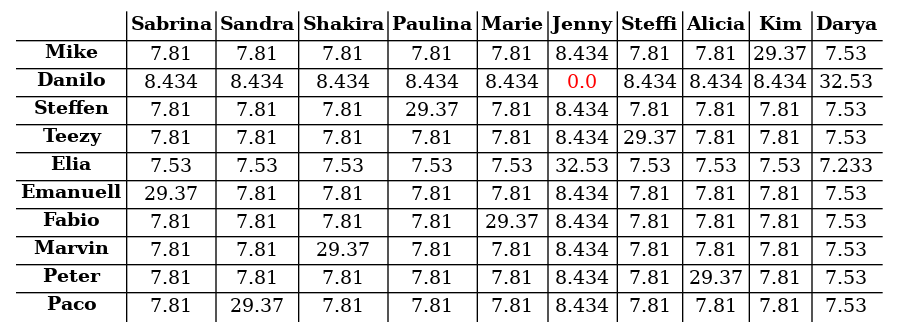
Earlier version of the Graphviz export s03r/s03r_tab.png (atticus-sullivan/sim-ayto). Its source is kept beside it as s03r/s03r_tab.dot. Source of this version:
```dot
digraph structs { node[shape=plaintext] struct[label=<
<table cellspacing="2" border="0" rows="*" columns="*">
<tr>
<td></td>
<td><B>Sabrina</B></td>
<td><B>Sandra</B></td>
<td><B>Shakira</B></td>
<td><B>Paulina</B></td>
<td><B>Marie</B></td>
<td><B>Jenny</B></td>
<td><B>Steffi</B></td>
<td><B>Alicia</B></td>
<td><B>Kim</B></td>
<td><B>Darya</B></td>
</tr>
<tr><td><B>Mike</B></td>
<td><font color="black">7.81</font></td>
<td><font color="black">7.81</font></td>
<td><font color="black">7.81</font></td>
<td><font color="black">7.81</font></td>
<td><font color="black">7.81</font></td>
<td><font color="black">8.434</font></td>
<td><font color="black">7.81</font></td>
<td><font color="black">7.81</font></td>
<td><font color="black">29.37</font></td>
<td><font color="black">7.53</font></td>
</tr>
<tr><td><B>Danilo</B></td>
<td><font color="black">8.434</font></td>
<td><font color="black">8.434</font></td>
<td><font color="black">8.434</font></td>
<td><font color="black">8.434</font></td>
<td><font color="black">8.434</font></td>
<td><font color="red">0.0</font></td>
<td><font color="black">8.434</font></td>
<td><font color="black">8.434</font></td>
<td><font color="black">8.434</font></td>
<td><font color="black">32.53</font></td>
</tr>
<tr><td><B>Steffen</B></td>
<td><font color="black">7.81</font></td>
<td><font color="black">7.81</font></td>
<td><font color="black">7.81</font></td>
<td><font color="black">29.37</font></td>
<td><font color="black">7.81</font></td>
<td><font color="black">8.434</font></td>
<td><font color="black">7.81</font></td>
<td><font color="black">7.81</font></td>
<td><font color="black">7.81</font></td>
<td><font color="black">7.53</font></td>
</tr>
<tr><td><B>Teezy</B></td>
<td><font color="black">7.81</font></td>
<td><font color="black">7.81</font></td>
<td><font color="black">7.81</font></td>
<td><font color="black">7.81</font></td>
<td><font color="black">7.81</font></td>
<td><font color="black">8.434</font></td>
<td><font color="black">29.37</font></td>
<td><font color="black">7.81</font></td>
<td><font color="black">7.81</font></td>
<td><font color="black">7.53</font></td>
</tr>
<tr><td><B>Elia</B></td>
<td><font color="black">7.53</font></td>
<td><font color="black">7.53</font></td>
<td><font color="black">7.53</font></td>
<td><font color="black">7.53</font></td>
<td><font color="black">7.53</font></td>
<td><font color="black">32.53</font></td>
<td><font color="black">7.53</font></td>
<td><font color="black">7.53</font></td>
<td><font color="black">7.53</font></td>
<td><font color="black">7.233</font></td>
</tr>
<tr><td><B>Emanuell</B></td>
<td><font color="black">29.37</font></td>
<td><font color="black">7.81</font></td>
<td><font color="black">7.81</font></td>
<td><font color="black">7.81</font></td>
<td><font color="black">7.81</font></td>
<td><font color="black">8.434</font></td>
<td><font color="black">7.81</font></td>
<td><font color="black">7.81</font></td>
<td><font color="black">7.81</font></td>
<td><font color="black">7.53</font></td>
</tr>
<tr><td><B>Fabio</B></td>
<td><font color="black">7.81</font></td>
<td><font color="black">7.81</font></td>
<td><font color="black">7.81</font></td>
<td><font color="black">7.81</font></td>
<td><font color="black">29.37</font></td>
<td><font color="black">8.434</font></td>
<td><font color="black">7.81</font></td>
<td><font color="black">7.81</font></td>
<td><font color="black">7.81</font></td>
<td><font color="black">7.53</font></td>
</tr>
<tr><td><B>Marvin</B></td>
<td><font color="black">7.81</font></td>
<td><font color="black">7.81</font></td>
<td><font color="black">29.37</font></td>
<td><font color="black">7.81</font></td>
<td><font color="black">7.81</font></td>
<td><font color="black">8.434</font></td>
<td><font color="black">7.81</font></td>
<td><font color="black">7.81</font></td>
<td><font color="black">7.81</font></td>
<td><font color="black">7.53</font></td>
</tr>
<tr><td><B>Peter</B></td>
<td><font color="black">7.81</font></td>
<td><font color="black">7.81</font></td>
<td><font color="black">7.81</font></td>
<td><font color="black">7.81</font></td>
<td><font color="black">7.81</font></td>
<td><font color="black">8.434</font></td>
<td><font color="black">7.81</font></td>
<td><font color="black">29.37</font></td>
<td><font color="black">7.81</font></td>
<td><font color="black">7.53</font></td>
</tr>
<tr><td><B>Paco</B></td>
<td><font color="black">7.81</font></td>
<td><font color="black">29.37</font></td>
<td><font color="black">7.81</font></td>
<td><font color="black">7.81</font></td>
<td><font color="black">7.81</font></td>
<td><font color="black">8.434</font></td>
<td><font color="black">7.81</font></td>
<td><font color="black">7.81</font></td>
<td><font color="black">7.81</font></td>
<td><font color="black">7.53</font></td>
</tr>
</table>
>];}
```
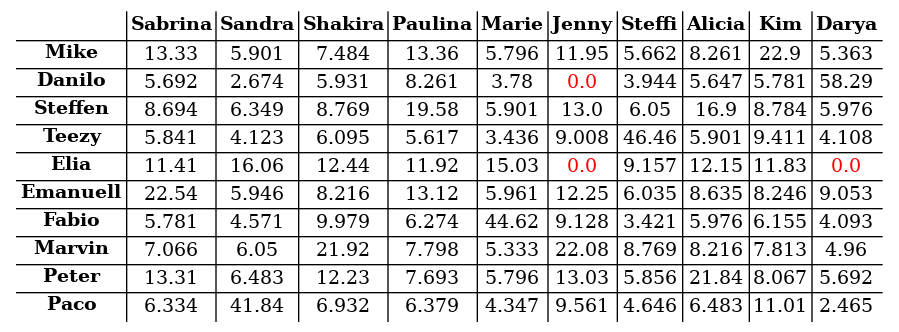
The same diagram one commit later.

The edit, as a diff of the source:
```diff
@@ -14,124 +14,124 @@
 <td><B>Darya</B></td>
 </tr>
 <tr><td><B>Mike</B></td>
-<td><font color="black">7.81</font></td>
-<td><font color="black">7.81</font></td>
-<td><font color="black">7.81</font></td>
-<td><font color="black">7.81</font></td>
-<td><font color="black">7.81</font></td>
-<td><font color="black">8.434</font></td>
-<td><font color="black">7.81</font></td>
-<td><font color="black">7.81</font></td>
-<td><font color="black">29.37</font></td>
-<td><font color="black">7.53</font></td>
+<td><font color="black">13.33</font></td>
+<td><font color="black">5.901</font></td>
+<td><font color="black">7.484</font></td>
+<td><font color="black">13.36</font></td>
+<td><font color="black">5.796</font></td>
+<td><font color="black">11.95</font></td>
+<td><font color="black">5.662</font></td>
+<td><font color="black">8.261</font></td>
+<td><font color="black">22.9</font></td>
+<td><font color="black">5.363</font></td>
 </tr>
 <tr><td><B>Danilo</B></td>
-<td><font color="black">8.434</font></td>
-<td><font color="black">8.434</font></td>
-<td><font color="black">8.434</font></td>
-<td><font color="black">8.434</font></td>
-<td><font color="black">8.434</font></td>
+<td><font color="black">5.692</font></td>
+<td><font color="black">2.674</font></td>
+<td><font color="black">5.931</font></td>
+<td><font color="black">8.261</font></td>
+<td><font color="black">3.78</font></td>
 <td><font color="red">0.0</font></td>
-<td><font color="black">8.434</font></td>
-<td><font color="black">8.434</font></td>
-<td><font color="black">8.434</font></td>
-<td><font color="black">32.53</font></td>
+<td><font color="black">3.944</font></td>
+<td><font color="black">5.647</font></td>
+<td><font color="black">5.781</font></td>
+<td><font color="black">58.29</font></td>
 </tr>
 <tr><td><B>Steffen</B></td>
-<td><font color="black">7.81</font></td>
-<td><font color="black">7.81</font></td>
-<td><font color="black">7.81</font></td>
-<td><font color="black">29.37</font></td>
-<td><font color="black">7.81</font></td>
-<td><font color="black">8.434</font></td>
-<td><font color="black">7.81</font></td>
-<td><font color="black">7.81</font></td>
-<td><font color="black">7.81</font></td>
-<td><font color="black">7.53</font></td>
+<td><font color="black">8.694</font></td>
+<td><font color="black">6.349</font></td>
+<td><font color="black">8.769</font></td>
+<td><font color="black">19.58</font></td>
+<td><font color="black">5.901</font></td>
+<td><font color="black">13.0</font></td>
+<td><font color="black">6.05</font></td>
+<td><font color="black">16.9</font></td>
+<td><font color="black">8.784</font></td>
+<td><font color="black">5.976</font></td>
 </tr>
 <tr><td><B>Teezy</B></td>
-<td><font color="black">7.81</font></td>
-<td><font color="black">7.81</font></td>
-<td><font color="black">7.81</font></td>
-<td><font color="black">7.81</font></td>
-<td><font color="black">7.81</font></td>
-<td><font color="black">8.434</font></td>
-<td><font color="black">29.37</font></td>
-<td><font color="black">7.81</font></td>
-<td><font color="black">7.81</font></td>
-<td><font color="black">7.53</font></td>
+<td><font color="black">5.841</font></td>
+<td><font color="black">4.123</font></td>
+<td><font color="black">6.095</font></td>
+<td><font color="black">5.617</font></td>
+<td><font color="black">3.436</font></td>
+<td><font color="black">9.008</font></td>
+<td><font color="black">46.46</font></td>
+<td><font color="black">5.901</font></td>
+<td><font color="black">9.411</font></td>
+<td><font color="black">4.108</font></td>
 </tr>
 <tr><td><B>Elia</B></td>
-<td><font color="black">7.53</font></td>
-<td><font color="black">7.53</font></td>
-<td><font color="black">7.53</font></td>
-<td><font color="black">7.53</font></td>
-<td><font color="black">7.53</font></td>
-<td><font color="black">32.53</font></td>
-<td><font color="black">7.53</font></td>
-<td><font color="black">7.53</font></td>
-<td><font color="black">7.53</font></td>
-<td><font color="black">7.233</font></td>
+<td><font color="black">11.41</font></td>
+<td><font color="black">16.06</font></td>
+<td><font color="black">12.44</font></td>
+<td><font color="black">11.92</font></td>
+<td><font color="black">15.03</font></td>
+<td><font color="red">0.0</font></td>
+<td><font color="black">9.157</font></td>
+<td><font color="black">12.15</font></td>
+<td><font color="black">11.83</font></td>
+<td><font color="red">0.0</font></td>
 </tr>
 <tr><td><B>Emanuell</B></td>
-<td><font color="black">29.37</font></td>
-<td><font color="black">7.81</font></td>
-<td><font color="black">7.81</font></td>
-<td><font color="black">7.81</font></td>
-<td><font color="black">7.81</font></td>
-<td><font color="black">8.434</font></td>
-<td><font color="black">7.81</font></td>
-<td><font color="black">7.81</font></td>
-<td><font color="black">7.81</font></td>
-<td><font color="black">7.53</font></td>
+<td><font color="black">22.54</font></td>
+<td><font color="black">5.946</font></td>
+<td><font color="black">8.216</font></td>
+<td><font color="black">13.12</font></td>
+<td><font color="black">5.961</font></td>
+<td><font color="black">12.25</font></td>
+<td><font color="black">6.035</font></td>
+<td><font color="black">8.635</font></td>
+<td><font color="black">8.246</font></td>
+<td><font color="black">9.053</font></td>
 </tr>
 <tr><td><B>Fabio</B></td>
-<td><font color="black">7.81</font></td>
-<td><font color="black">7.81</font></td>
-<td><font color="black">7.81</font></td>
-<td><font color="black">7.81</font></td>
-<td><font color="black">29.37</font></td>
-<td><font color="black">8.434</font></td>
-<td><font color="black">7.81</font></td>
-<td><font color="black">7.81</font></td>
-<td><font color="black">7.81</font></td>
-<td><font color="black">7.53</font></td>
+<td><font color="black">5.781</font></td>
+<td><font color="black">4.571</font></td>
+<td><font color="black">9.979</font></td>
+<td><font color="black">6.274</font></td>
+<td><font color="black">44.62</font></td>
+<td><font color="black">9.128</font></td>
+<td><font color="black">3.421</font></td>
+<td><font color="black">5.976</font></td>
+<td><font color="black">6.155</font></td>
+<td><font color="black">4.093</font></td>
 </tr>
 <tr><td><B>Marvin</B></td>
-<td><font color="black">7.81</font></td>
-<td><font color="black">7.81</font></td>
-<td><font color="black">29.37</font></td>
-<td><font color="black">7.81</font></td>
-<td><font color="black">7.81</font></td>
-<td><font color="black">8.434</font></td>
-<td><font color="black">7.81</font></td>
-<td><font color="black">7.81</font></td>
-<td><font color="black">7.81</font></td>
-<td><font color="black">7.53</font></td>
+<td><font color="black">7.066</font></td>
+<td><font color="black">6.05</font></td>
+<td><font color="black">21.92</font></td>
+<td><font color="black">7.798</font></td>
+<td><font color="black">5.333</font></td>
+<td><font color="black">22.08</font></td>
+<td><font color="black">8.769</font></td>
+<td><font color="black">8.216</font></td>
+<td><font color="black">7.813</font></td>
+<td><font color="black">4.96</font></td>
 </tr>
 <tr><td><B>Peter</B></td>
-<td><font color="black">7.81</font></td>
-<td><font color="black">7.81</font></td>
-<td><font color="black">7.81</font></td>
-<td><font color="black">7.81</font></td>
-<td><font color="black">7.81</font></td>
-<td><font color="black">8.434</font></td>
-<td><font color="black">7.81</font></td>
-<td><font color="black">29.37</font></td>
-<td><font color="black">7.81</font></td>
-<td><font color="black">7.53</font></td>
+<td><font color="black">13.31</font></td>
+<td><font color="black">6.483</font></td>
+<td><font color="black">12.23</font></td>
+<td><font color="black">7.693</font></td>
+<td><font color="black">5.796</font></td>
+<td><font color="black">13.03</font></td>
+<td><font color="black">5.856</font></td>
+<td><font color="black">21.84</font></td>
+<td><font color="black">8.067</font></td>
+<td><font color="black">5.692</font></td>
 </tr>
 <tr><td><B>Paco</B></td>
-<td><font color="black">7.81</font></td>
-<td><font color="black">29.37</font></td>
-<td><font color="black">7.81</font></td>
-<td><font color="black">7.81</font></td>
-<td><font color="black">7.81</font></td>
-<td><font color="black">8.434</font></td>
-<td><font color="black">7.81</font></td>
-<td><font color="black">7.81</font></td>
-<td><font color="black">7.81</font></td>
-<td><font color="black">7.53</font></td>
+<td><font color="black">6.334</font></td>
+<td><font color="black">41.84</font></td>
+<td><font color="black">6.932</font></td>
+<td><font color="black">6.379</font></td>
+<td><font color="black">4.347</font></td>
+<td><font color="black">9.561</font></td>
+<td><font color="black">4.646</font></td>
+<td><font color="black">6.483</font></td>
+<td><font color="black">11.01</font></td>
+<td><font color="black">2.465</font></td>
 </tr>
 </table>
 >];}
```
